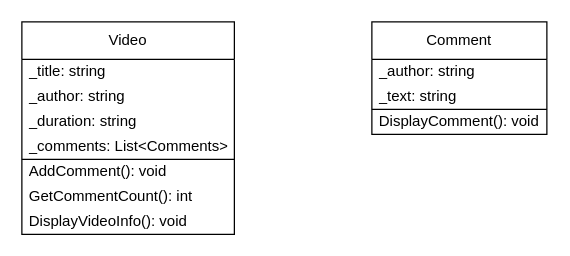
Earlier version of the draw.io diagram foundation/Foundation1/Foundation1.drawio (alberto2407/alberto2407-cse210-hw). Source tidied: cells renumbered, new cells numbered last; positions are measured from the earlier drawing's top-left corner, leaving out a move shared by most shapes. Both pictures are drawn from the tidied source at 125%, with x=0, y=0 at pixel (21, 21).
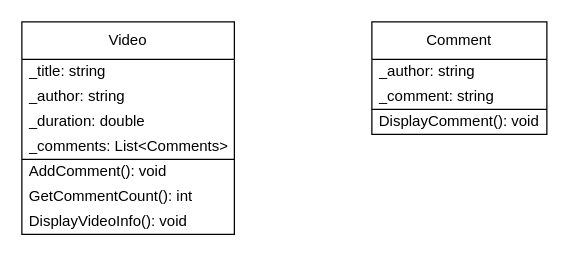
The same page after the edit.

What changed in the source:
```diff
@@
 <mxGraphModel>
   <root>
     <mxCell id="0" />
     <mxCell id="1" parent="0" />
     <mxCell id="2" value="Video" style="swimlane;fontStyle=0;horizontal=1;startSize=30;whiteSpace=wrap;html=1;" parent="1" vertex="1">
       <mxGeometry width="170" height="170" as="geometry" />
     </mxCell>
     <mxCell id="3" value="_title: string" style="text;strokeColor=none;fillColor=none;align=left;verticalAlign=middle;spacingLeft=4;spacingRight=4;overflow=hidden;whiteSpace=wrap;html=1;" parent="2" vertex="1">
       <mxGeometry y="30" width="170" height="20" as="geometry" />
     </mxCell>
     <mxCell id="4" value="_author: string" style="text;strokeColor=none;fillColor=none;align=left;verticalAlign=middle;spacingLeft=4;spacingRight=4;overflow=hidden;whiteSpace=wrap;html=1;" parent="2" vertex="1">
       <mxGeometry y="50" width="170" height="20" as="geometry" />
     </mxCell>
-    <mxCell id="5" value="_duration: string" style="text;strokeColor=none;fillColor=none;align=left;verticalAlign=middle;spacingLeft=4;spacingRight=4;overflow=hidden;whiteSpace=wrap;html=1;" parent="2" vertex="1">
+    <mxCell id="5" value="_duration: double" style="text;strokeColor=none;fillColor=none;align=left;verticalAlign=middle;spacingLeft=4;spacingRight=4;overflow=hidden;whiteSpace=wrap;html=1;" parent="2" vertex="1">
       <mxGeometry y="70" width="170" height="20" as="geometry" />
     </mxCell>
     <mxCell id="6" value="_comments: List&amp;lt;Comments&amp;gt;" style="text;strokeColor=none;fillColor=none;align=left;verticalAlign=middle;spacingLeft=4;spacingRight=4;overflow=hidden;whiteSpace=wrap;html=1;" parent="2" vertex="1">
       <mxGeometry y="90" width="170" height="20" as="geometry" />
     </mxCell>
     <mxCell id="7" style="endArrow=none;html=1;" parent="2" edge="1">
       <mxGeometry relative="1" as="geometry">
         <mxPoint y="110" as="sourcePoint" />
         <mxPoint x="170" y="110" as="targetPoint" />
         <Array as="points">
           <mxPoint x="70" y="110" />
         </Array>
       </mxGeometry>
     </mxCell>
     <mxCell id="8" value="AddComment(): void" style="text;strokeColor=none;fillColor=none;align=left;verticalAlign=middle;spacingLeft=4;spacingRight=4;overflow=hidden;whiteSpace=wrap;html=1;" parent="2" vertex="1">
       <mxGeometry y="110" width="170" height="20" as="geometry" />
     </mxCell>
     <mxCell id="9" value="GetCommentCount(): int" style="text;strokeColor=none;fillColor=none;align=left;verticalAlign=middle;spacingLeft=4;spacingRight=4;overflow=hidden;whiteSpace=wrap;html=1;" parent="2" vertex="1">
       <mxGeometry y="130" width="170" height="20" as="geometry" />
     </mxCell>
     <mxCell id="10" value="DisplayVideoInfo(): void" style="text;strokeColor=none;fillColor=none;align=left;verticalAlign=middle;spacingLeft=4;spacingRight=4;overflow=hidden;whiteSpace=wrap;html=1;" parent="2" vertex="1">
       <mxGeometry y="150" width="170" height="20" as="geometry" />
     </mxCell>
     <mxCell id="11" value="Comment" style="swimlane;fontStyle=0;horizontal=1;startSize=30;whiteSpace=wrap;html=1;" parent="1" vertex="1">
       <mxGeometry x="280" width="140" height="90" as="geometry" />
     </mxCell>
     <mxCell id="12" value="_author: string" style="text;strokeColor=none;fillColor=none;align=left;verticalAlign=middle;spacingLeft=4;spacingRight=4;overflow=hidden;whiteSpace=wrap;html=1;" parent="11" vertex="1">
       <mxGeometry y="30" width="140" height="20" as="geometry" />
     </mxCell>
-    <mxCell id="13" value="_text: string" style="text;strokeColor=none;fillColor=none;align=left;verticalAlign=middle;spacingLeft=4;spacingRight=4;overflow=hidden;whiteSpace=wrap;html=1;" parent="11" vertex="1">
+    <mxCell id="13" value="_comment: string" style="text;strokeColor=none;fillColor=none;align=left;verticalAlign=middle;spacingLeft=4;spacingRight=4;overflow=hidden;whiteSpace=wrap;html=1;" parent="11" vertex="1">
       <mxGeometry y="50" width="140" height="20" as="geometry" />
     </mxCell>
     <mxCell id="14" style="endArrow=none;html=1;" parent="11" edge="1">
       <mxGeometry relative="1" as="geometry">
         <mxPoint y="70" as="sourcePoint" />
         <mxPoint x="140" y="70" as="targetPoint" />
         <Array as="points">
           <mxPoint x="70" y="70" />
         </Array>
       </mxGeometry>
     </mxCell>
     <mxCell id="15" value="DisplayComment(): void" style="text;strokeColor=none;fillColor=none;align=left;verticalAlign=middle;spacingLeft=4;spacingRight=4;overflow=hidden;whiteSpace=wrap;html=1;" parent="11" vertex="1">
       <mxGeometry y="70" width="140" height="20" as="geometry" />
     </mxCell>
   </root>
 </mxGraphModel>
```
